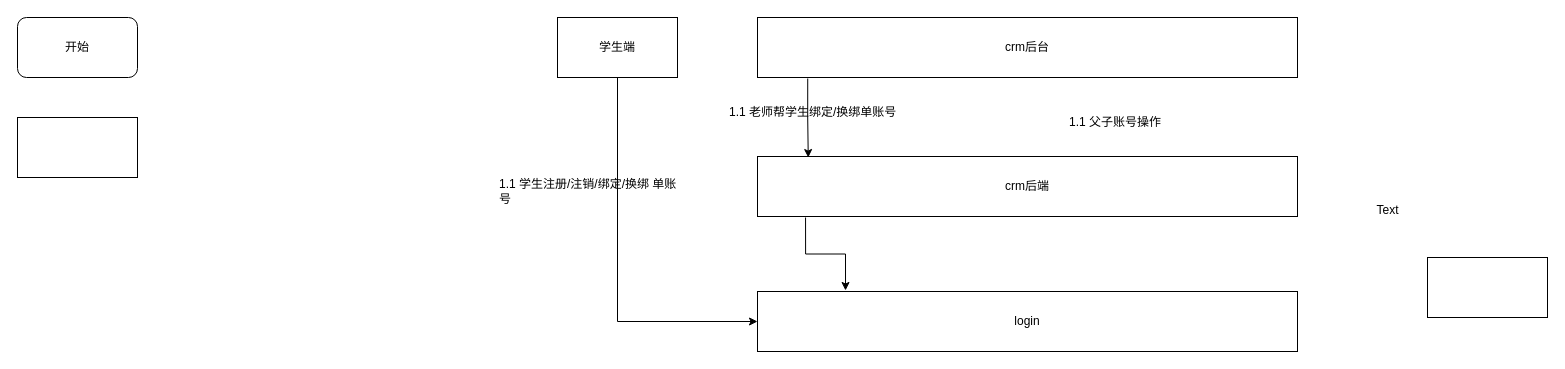
Before: 父子账号.drawio in xiell2016/hetaoDesign, a draw.io diagram. Source tidied: cells renumbered, new cells numbered last; positions are measured from the earlier drawing's top-left corner, leaving out a move shared by most shapes. Both pictures are drawn from the tidied source at 100%, with x=0, y=0 at pixel (17, 17).
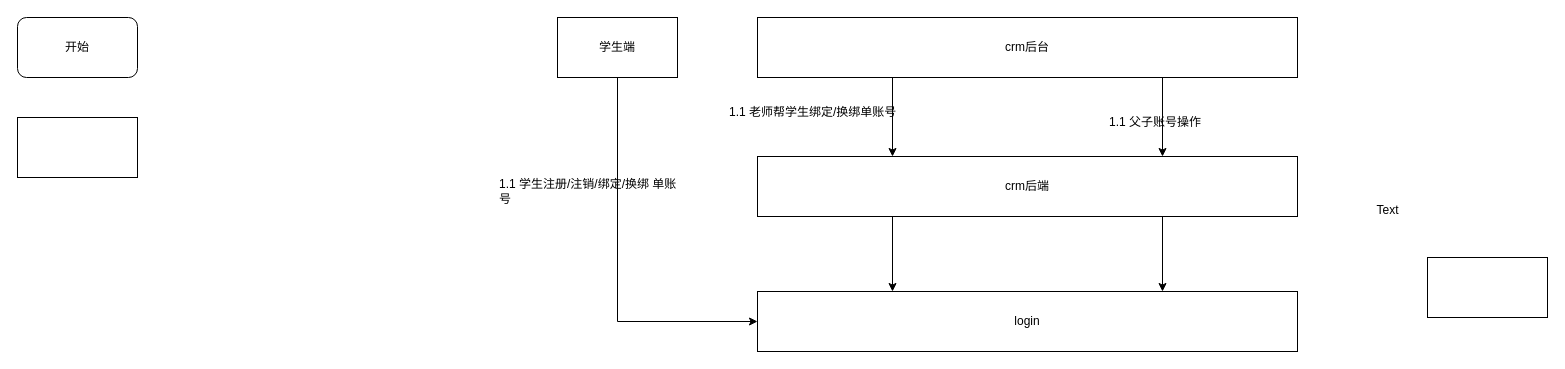
The same page after the edit.

Commit message (it also covers changes not shown here):
更新父子账号.drawio

What changed in the source:
```diff
@@
 <mxGraphModel>
   <root>
     <mxCell id="0" />
     <mxCell id="1" parent="0" />
     <mxCell id="2" value="开始" style="rounded=1;whiteSpace=wrap;html=1;" parent="1" vertex="1">
       <mxGeometry width="120" height="60" as="geometry" />
     </mxCell>
     <mxCell id="3" style="rounded=0;whiteSpace=wrap;html=1;" parent="1" vertex="1">
       <mxGeometry y="100" width="120" height="60" as="geometry" />
     </mxCell>
-    <mxCell id="4" style="edgeStyle=orthogonalEdgeStyle;rounded=0;jettySize=auto;html=1;exitX=0.093;exitY=1.017;exitDx=0;exitDy=0;entryX=0.094;entryY=0.017;entryDx=0;entryDy=0;exitPerimeter=0;entryPerimeter=0;" parent="1" edge="1" source="5" target="6">
-      <mxGeometry relative="1" as="geometry" />
-    </mxCell>
+    <mxCell id="16" style="edgeStyle=orthogonalEdgeStyle;rounded=0;jettySize=auto;html=1;exitX=0.25;exitY=1;exitDx=0;exitDy=0;entryX=0.25;entryY=0;entryDx=0;entryDy=0;" parent="1" edge="1" source="5" target="6">
+      <mxGeometry relative="1" as="geometry" />
+    </mxCell>
+    <mxCell id="17" style="edgeStyle=orthogonalEdgeStyle;rounded=0;jettySize=auto;html=1;exitX=0.75;exitY=1;exitDx=0;exitDy=0;entryX=0.75;entryY=0;entryDx=0;entryDy=0;" parent="1" edge="1" source="5" target="6">
+      <mxGeometry relative="1" as="geometry" />
+    </mxCell>
     <mxCell id="5" value="crm后台" style="rounded=0;whiteSpace=wrap;html=1;" parent="1" vertex="1">
       <mxGeometry x="740" width="540" height="60" as="geometry" />
     </mxCell>
+    <mxCell id="18" style="edgeStyle=orthogonalEdgeStyle;rounded=0;jettySize=auto;html=1;exitX=0.25;exitY=1;exitDx=0;exitDy=0;entryX=0.25;entryY=0;entryDx=0;entryDy=0;" parent="1" edge="1" source="6" target="7">
+      <mxGeometry relative="1" as="geometry" />
+    </mxCell>
+    <mxCell id="19" style="edgeStyle=orthogonalEdgeStyle;rounded=0;jettySize=auto;html=1;exitX=0.75;exitY=1;exitDx=0;exitDy=0;entryX=0.75;entryY=0;entryDx=0;entryDy=0;" parent="1" edge="1" source="6" target="7">
+      <mxGeometry relative="1" as="geometry" />
+    </mxCell>
     <mxCell id="6" value="crm后端" style="rounded=0;whiteSpace=wrap;html=1;" parent="1" vertex="1">
       <mxGeometry x="740" y="139" width="540" height="60" as="geometry" />
     </mxCell>
     <mxCell id="7" value="login" style="rounded=0;whiteSpace=wrap;html=1;" parent="1" vertex="1">
       <mxGeometry x="740" y="274" width="540" height="60" as="geometry" />
     </mxCell>
     <mxCell id="8" style="rounded=0;whiteSpace=wrap;html=1;" parent="1" vertex="1">
       <mxGeometry x="1410" y="240" width="120" height="60" as="geometry" />
     </mxCell>
     <mxCell id="9" style="edgeStyle=orthogonalEdgeStyle;rounded=0;jettySize=auto;html=1;exitX=0.5;exitY=1;exitDx=0;exitDy=0;entryX=0;entryY=0.5;entryDx=0;entryDy=0;" parent="1" edge="1" source="10" target="7">
       <mxGeometry relative="1" as="geometry" />
     </mxCell>
     <mxCell id="10" value="学生端" style="rounded=0;whiteSpace=wrap;html=1;" parent="1" vertex="1">
       <mxGeometry x="540" width="120" height="60" as="geometry" />
     </mxCell>
     <mxCell id="11" value="Text" style="text;html=1;align=center;verticalAlign=middle;strokeColor=none;fillColor=none;" parent="1" vertex="1">
       <mxGeometry x="1345" y="178" width="50" height="30" as="geometry" />
     </mxCell>
-    <mxCell id="12" style="edgeStyle=orthogonalEdgeStyle;rounded=0;jettySize=auto;html=1;exitX=0.089;exitY=1.017;exitDx=0;exitDy=0;entryX=0.163;entryY=-0.017;entryDx=0;entryDy=0;entryPerimeter=0;exitPerimeter=0;" parent="1" edge="1" source="6" target="7">
-      <mxGeometry relative="1" as="geometry" />
-    </mxCell>
     <mxCell id="13" value="1.1 老师帮学生绑定/换绑单账号" style="text;html=1;strokeColor=none;fillColor=none;align=left;verticalAlign=middle;whiteSpace=wrap;rounded=0;" parent="1" vertex="1">
       <mxGeometry x="710" y="80" width="180" height="30" as="geometry" />
     </mxCell>
     <mxCell id="14" value="1.1 学生注册/注销/绑定/换绑 单账号" style="text;html=1;strokeColor=none;fillColor=none;align=left;verticalAlign=middle;whiteSpace=wrap;rounded=0;" parent="1" vertex="1">
       <mxGeometry x="480" y="148" width="180" height="51" as="geometry" />
     </mxCell>
     <mxCell id="15" value="1.1 父子账号操作" style="text;html=1;strokeColor=none;fillColor=none;align=left;verticalAlign=middle;whiteSpace=wrap;rounded=0;" parent="1" vertex="1">
-      <mxGeometry x="1050" y="90" width="110" height="30" as="geometry" />
+      <mxGeometry x="1090" y="90" width="110" height="30" as="geometry" />
     </mxCell>
   </root>
 </mxGraphModel>
```
